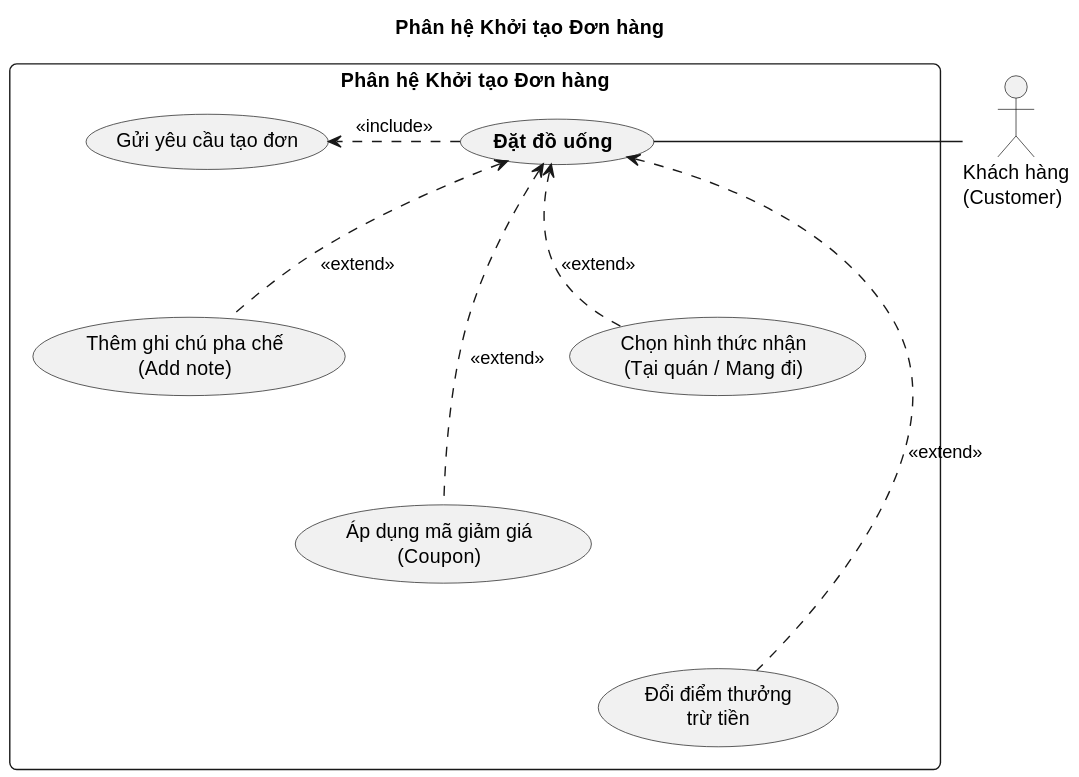
Phuc280106/BrewLite2 keeps this PlantUML diagram as docs/diagrams/make-order/usecase_make_order.svg. Above is the earlier version.
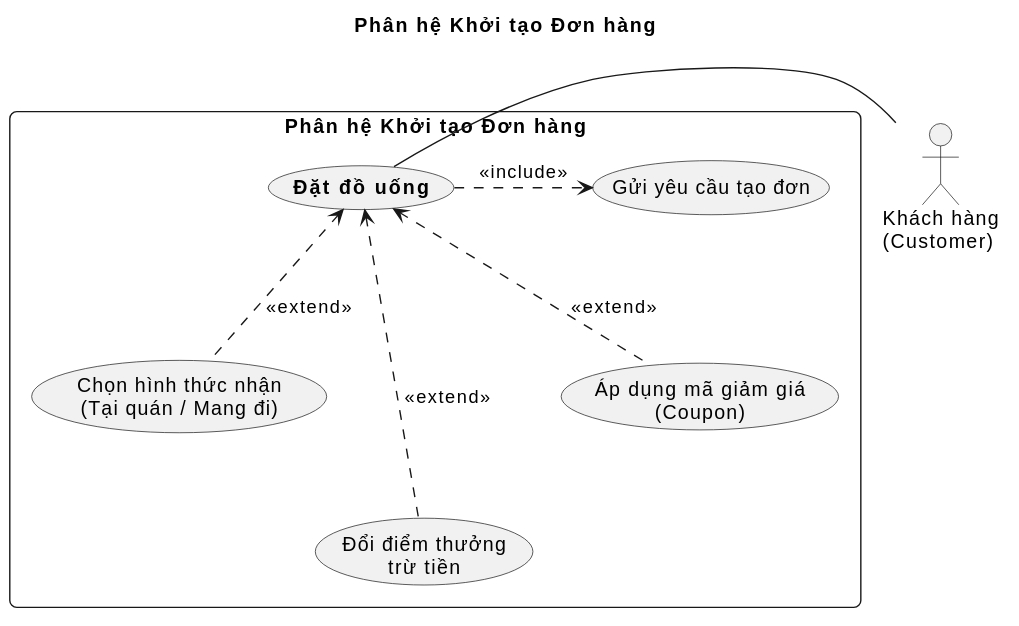
The same diagram one commit later.

Commit message:
docs(diagrams): render lai anh svg cho usecase va sequence theo dung puml da sua

The edit, as a diff of the source:
```diff
@@ -15,21 +15,18 @@
     usecase "Chọn hình thức nhận\n(Tại quán / Mang đi)" as UC_OrderType
 
     usecase "Gửi yêu cầu tạo đơn" as UC_Submit
-    usecase "Thêm ghi chú pha chế\n(Add note)" as UC_Note
     usecase "Áp dụng mã giảm giá\n(Coupon)" as UC_Coupon
     usecase "Đổi điểm thưởng\ntrừ tiền" as UC_Redeem
 
-    UC_Submit -[hidden]down-> UC_Note
-    UC_Note -[hidden]down-> UC_Coupon
+    UC_Submit -[hidden]down-> UC_Coupon
     UC_Coupon -[hidden]down-> UC_Redeem
 
     UC_MakeOrder -[hidden]down-> UC_OrderType
 
-    UC_MakeOrder -[hidden]right-> UC_Note
+    UC_MakeOrder -[hidden]right-> UC_Submit
     UC_OrderType -[hidden]right-> UC_Redeem
 
     UC_MakeOrder .> UC_Submit : <<include>>
-    UC_Note .left.> UC_MakeOrder : <<extend>>
     UC_Coupon .left.> UC_MakeOrder : <<extend>>
     UC_Redeem .left.> UC_MakeOrder : <<extend>>
     UC_OrderType .up.> UC_MakeOrder : <<extend>>
```
